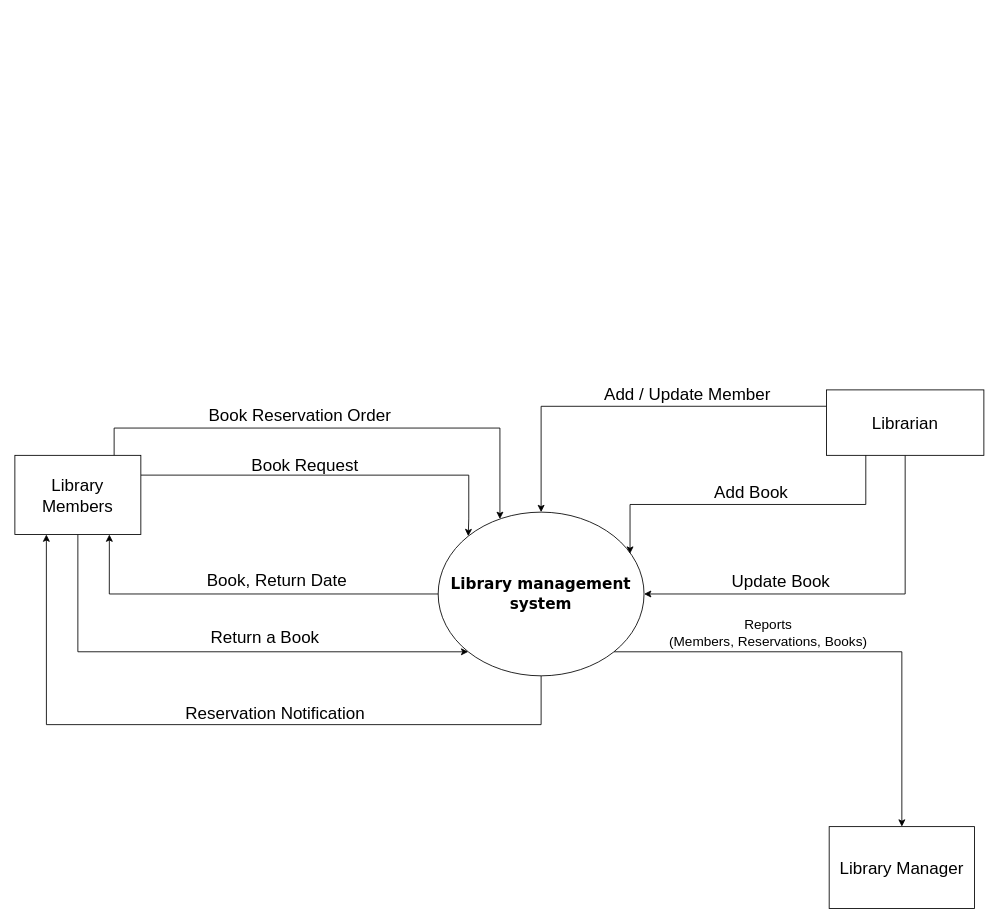
The draw.io diagram Library Management System (Context Diagram).drawio in Abdulrahman-Sayed-1/Library-Management-System, before the edit. Source tidied: cells renumbered, new cells numbered last; positions are measured from the earlier drawing's top-left corner, leaving out a move shared by most shapes. Both pictures are drawn from the tidied source at 85%, with x=0, y=0 at pixel (14, 378).
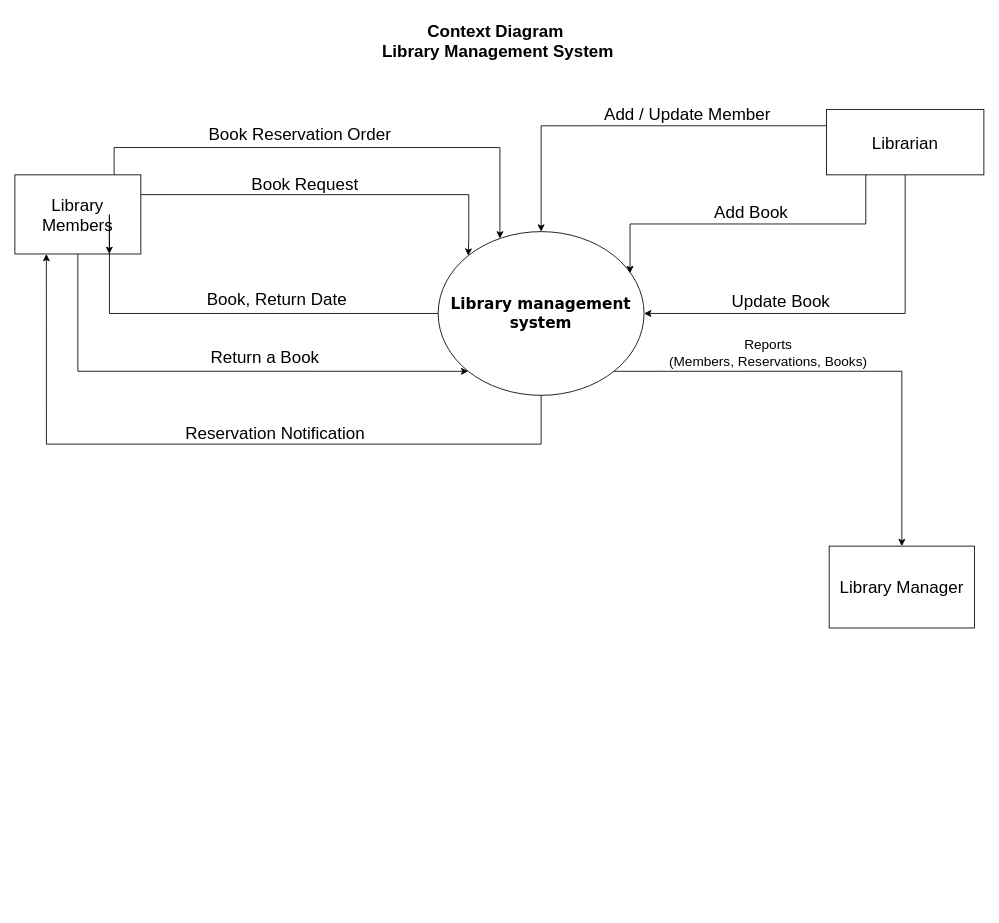
The same diagram, later.

Change to the diagram source:
```diff
@@
-    <mxCell id="2" style="edgeStyle=orthogonalEdgeStyle;rounded=0;jettySize=auto;html=1;exitX=1;exitY=1;exitDx=0;exitDy=0;entryX=0.5;entryY=0;entryDx=0;entryDy=0;" parent="1" edge="1" source="4" target="19">
-      <mxGeometry relative="1" as="geometry" />
-    </mxCell>
-    <mxCell id="3" style="edgeStyle=orthogonalEdgeStyle;rounded=0;jettySize=auto;html=1;exitX=0.5;exitY=1;exitDx=0;exitDy=0;entryX=0.25;entryY=1;entryDx=0;entryDy=0;" parent="1" edge="1" source="4" target="7">
-      <mxGeometry relative="1" as="geometry">
-        <Array as="points">
-          <mxPoint x="619" y="407" />
-          <mxPoint x="37" y="407" />
-        </Array>
-      </mxGeometry>
-    </mxCell>
+    <mxCell id="24" value="Context Diagram&amp;nbsp;&lt;br style=&quot;font-size: 20px;&quot;&gt;Library Management System" style="text;html=1;align=center;verticalAlign=middle;strokeColor=none;fillColor=none;fontStyle=1;fontSize=20;" parent="1" vertex="1">
+      <mxGeometry x="423" y="-428" width="290" height="60" as="geometry" />
+    </mxCell>
+    <mxCell id="25" style="group;" parent="1" vertex="1">
+      <mxGeometry y="-330" width="1140" height="623.3" as="geometry" />
+    </mxCell>
-    <mxCell id="4" value="&lt;font style=&quot;font-size: 18px;&quot; face=&quot;Verdana&quot;&gt;&lt;b style=&quot;font-size: 18px;&quot;&gt;Library management system&lt;/b&gt;&lt;/font&gt;" style="ellipse;whiteSpace=wrap;html=1;fontSize=18;" parent="1" vertex="1">
+    <mxCell id="4" value="&lt;font style=&quot;font-size: 18px;&quot; face=&quot;Verdana&quot;&gt;&lt;b style=&quot;font-size: 18px;&quot;&gt;Library management system&lt;/b&gt;&lt;/font&gt;" style="ellipse;whiteSpace=wrap;html=1;fontSize=18;" parent="25" vertex="1">
       <mxGeometry x="498" y="157" width="242.2" height="192.6" as="geometry" />
     </mxCell>
-    <mxCell id="5" style="edgeStyle=orthogonalEdgeStyle;rounded=0;jettySize=auto;html=1;exitX=0.5;exitY=1;exitDx=0;exitDy=0;entryX=0;entryY=1;entryDx=0;entryDy=0;" parent="1" edge="1" source="7" target="4">
+    <mxCell id="5" style="edgeStyle=orthogonalEdgeStyle;rounded=0;jettySize=auto;html=1;exitX=0.5;exitY=1;exitDx=0;exitDy=0;entryX=0;entryY=1;entryDx=0;entryDy=0;" parent="25" edge="1" source="7" target="4">
       <mxGeometry relative="1" as="geometry" />
     </mxCell>
-    <mxCell id="6" style="edgeStyle=orthogonalEdgeStyle;rounded=0;jettySize=auto;html=1;exitX=1;exitY=0.25;exitDx=0;exitDy=0;entryX=0;entryY=0;entryDx=0;entryDy=0;" parent="1" edge="1" source="7" target="4">
+    <mxCell id="6" style="edgeStyle=orthogonalEdgeStyle;rounded=0;jettySize=auto;html=1;exitX=1;exitY=0.25;exitDx=0;exitDy=0;entryX=0;entryY=0;entryDx=0;entryDy=0;" parent="25" edge="1" source="7" target="4">
       <mxGeometry relative="1" as="geometry">
         <Array as="points">
           <mxPoint x="534" y="113" />
           <mxPoint x="534" y="165" />
         </Array>
       </mxGeometry>
     </mxCell>
-    <mxCell id="7" value="&lt;font style=&quot;font-size: 20px;&quot;&gt;Library Members&lt;br style=&quot;font-size: 20px;&quot;&gt;&lt;/font&gt;" style="rounded=0;whiteSpace=wrap;html=1;fontSize=20;" parent="1" vertex="1">
+    <mxCell id="7" value="&lt;font style=&quot;font-size: 20px;&quot;&gt;Library Members&lt;br style=&quot;font-size: 20px;&quot;&gt;&lt;/font&gt;" style="rounded=0;whiteSpace=wrap;html=1;fontSize=20;" parent="25" vertex="1">
       <mxGeometry y="90.2" width="148.2" height="93.1" as="geometry" />
     </mxCell>
-    <mxCell id="8" style="edgeStyle=orthogonalEdgeStyle;rounded=0;jettySize=auto;html=1;exitX=0;exitY=0.25;exitDx=0;exitDy=0;entryX=0.5;entryY=0;entryDx=0;entryDy=0;" parent="1" edge="1" source="10" target="4">
+    <mxCell id="8" style="edgeStyle=orthogonalEdgeStyle;rounded=0;jettySize=auto;html=1;exitX=0;exitY=0.25;exitDx=0;exitDy=0;entryX=0.5;entryY=0;entryDx=0;entryDy=0;" parent="25" edge="1" source="10" target="4">
       <mxGeometry relative="1" as="geometry" />
     </mxCell>
-    <mxCell id="9" style="edgeStyle=orthogonalEdgeStyle;rounded=0;jettySize=auto;html=1;exitX=0.5;exitY=1;exitDx=0;exitDy=0;entryX=1;entryY=0.5;entryDx=0;entryDy=0;" parent="1" edge="1" source="10" target="4">
+    <mxCell id="9" style="edgeStyle=orthogonalEdgeStyle;rounded=0;jettySize=auto;html=1;exitX=0.5;exitY=1;exitDx=0;exitDy=0;entryX=1;entryY=0.5;entryDx=0;entryDy=0;" parent="25" edge="1" source="10" target="4">
       <mxGeometry relative="1" as="geometry" />
     </mxCell>
-    <mxCell id="10" value="&lt;font style=&quot;font-size: 20px;&quot;&gt;Librarian&lt;br style=&quot;font-size: 20px;&quot;&gt;&lt;/font&gt;" style="rounded=0;whiteSpace=wrap;html=1;fontSize=20;" parent="1" vertex="1">
+    <mxCell id="10" value="&lt;font style=&quot;font-size: 20px;&quot;&gt;Librarian&lt;br style=&quot;font-size: 20px;&quot;&gt;&lt;/font&gt;" style="rounded=0;whiteSpace=wrap;html=1;fontSize=20;" parent="25" vertex="1">
       <mxGeometry x="954.8" y="13.2" width="185.2" height="77" as="geometry" />
     </mxCell>
-    <mxCell id="11" value="&lt;font style=&quot;font-size: 20px;&quot;&gt;&lt;font style=&quot;font-size: 20px;&quot;&gt;Book Request&lt;/font&gt;&lt;br style=&quot;font-size: 20px;&quot;&gt;&lt;/font&gt;" style="text;html=1;align=center;verticalAlign=middle;strokeColor=none;fillColor=none;rotation=0;fontSize=20;" parent="1" vertex="1">
+    <mxCell id="11" value="&lt;font style=&quot;font-size: 20px;&quot;&gt;&lt;font style=&quot;font-size: 20px;&quot;&gt;Book Request&lt;/font&gt;&lt;br style=&quot;font-size: 20px;&quot;&gt;&lt;/font&gt;" style="text;html=1;align=center;verticalAlign=middle;strokeColor=none;fillColor=none;rotation=0;fontSize=20;" parent="25" vertex="1">
       <mxGeometry x="269" y="83" width="144" height="36" as="geometry" />
     </mxCell>
-    <mxCell id="12" value="Book, Return Date" style="text;html=1;align=center;verticalAlign=middle;strokeColor=none;fillColor=none;fontSize=20;" parent="1" vertex="1">
+    <mxCell id="12" value="Book, Return Date" style="text;html=1;align=center;verticalAlign=middle;strokeColor=none;fillColor=none;fontSize=20;" parent="25" vertex="1">
       <mxGeometry x="213" y="216" width="190" height="40" as="geometry" />
     </mxCell>
-    <mxCell id="13" value="Add / Update Member" style="text;html=1;align=center;verticalAlign=middle;strokeColor=none;fillColor=none;fontSize=20;" parent="1" vertex="1">
+    <mxCell id="13" value="Add / Update Member" style="text;html=1;align=center;verticalAlign=middle;strokeColor=none;fillColor=none;fontSize=20;" parent="25" vertex="1">
       <mxGeometry x="683.5" width="214" height="36" as="geometry" />
     </mxCell>
-    <mxCell id="14" value="&lt;font style=&quot;font-size: 16px;&quot;&gt;Reports&lt;br style=&quot;font-size: 16px;&quot;&gt;(Members, Reservations, Books)&lt;/font&gt;" style="text;html=1;align=center;verticalAlign=middle;strokeColor=none;fillColor=none;fontSize=16;" parent="1" vertex="1">
+    <mxCell id="14" value="&lt;font style=&quot;font-size: 16px;&quot;&gt;Reports&lt;br style=&quot;font-size: 16px;&quot;&gt;(Members, Reservations, Books)&lt;/font&gt;" style="text;html=1;align=center;verticalAlign=middle;strokeColor=none;fillColor=none;fontSize=16;" parent="25" vertex="1">
       <mxGeometry x="760.2" y="274" width="251" height="50" as="geometry" />
     </mxCell>
-    <mxCell id="15" value="Return a Book" style="text;html=1;align=center;verticalAlign=middle;strokeColor=none;fillColor=none;fontSize=20;" parent="1" vertex="1">
+    <mxCell id="15" value="Return a Book" style="text;html=1;align=center;verticalAlign=middle;strokeColor=none;fillColor=none;fontSize=20;" parent="25" vertex="1">
       <mxGeometry x="219" y="284" width="150" height="40" as="geometry" />
     </mxCell>
+    <mxCell id="3" style="edgeStyle=orthogonalEdgeStyle;rounded=0;jettySize=auto;html=1;exitX=0.5;exitY=1;exitDx=0;exitDy=0;entryX=0.25;entryY=1;entryDx=0;entryDy=0;" parent="25" edge="1" source="4" target="7">
+      <mxGeometry relative="1" as="geometry">
+        <Array as="points">
+          <mxPoint x="619" y="407" />
+          <mxPoint x="37" y="407" />
+        </Array>
+      </mxGeometry>
+    </mxCell>
-    <mxCell id="16" style="edgeStyle=orthogonalEdgeStyle;rounded=0;jettySize=auto;html=1;exitX=0;exitY=0.5;exitDx=0;exitDy=0;entryX=0.75;entryY=1;entryDx=0;entryDy=0;" parent="1" edge="1" source="4" target="7">
+    <mxCell id="16" style="edgeStyle=orthogonalEdgeStyle;rounded=0;jettySize=auto;html=1;exitX=0;exitY=0.5;exitDx=0;exitDy=0;entryX=0.75;entryY=1;entryDx=0;entryDy=0;" parent="25" edge="1" source="4" target="7">
       <mxGeometry relative="1" as="geometry" />
     </mxCell>
-    <mxCell id="17" value="Book Reservation Order" style="text;html=1;align=center;verticalAlign=middle;strokeColor=none;fillColor=none;fontSize=20;" parent="1" vertex="1">
+    <mxCell id="17" value="Book Reservation Order" style="text;html=1;align=center;verticalAlign=middle;strokeColor=none;fillColor=none;fontSize=20;" parent="25" vertex="1">
       <mxGeometry x="215.1" y="21.6" width="240" height="40" as="geometry" />
     </mxCell>
-    <mxCell id="18" style="edgeStyle=elbowEdgeStyle;rounded=0;jettySize=auto;elbow=vertical;html=1;exitX=0.788;exitY=-0.002;exitDx=0;exitDy=0;entryX=0.3;entryY=0.042;entryDx=0;entryDy=0;entryPerimeter=0;exitPerimeter=0;" parent="1" edge="1" source="7" target="4">
+    <mxCell id="18" style="edgeStyle=elbowEdgeStyle;rounded=0;jettySize=auto;elbow=vertical;html=1;exitX=0.788;exitY=-0.002;exitDx=0;exitDy=0;entryX=0.3;entryY=0.042;entryDx=0;entryDy=0;entryPerimeter=0;exitPerimeter=0;" parent="25" edge="1" source="7" target="4">
       <mxGeometry relative="1" as="geometry">
         <Array as="points">
           <mxPoint x="384.8" y="58.1" />
           <mxPoint x="470.2" y="58.1" />
           <mxPoint x="470.2" y="58.1" />
         </Array>
       </mxGeometry>
     </mxCell>
-    <mxCell id="19" value="&lt;font style=&quot;font-size: 20px;&quot;&gt;Library Manager&lt;/font&gt;" style="rounded=0;whiteSpace=wrap;html=1;fontSize=13;" parent="1" vertex="1">
+    <mxCell id="19" value="&lt;font style=&quot;font-size: 20px;&quot;&gt;Library Manager&lt;/font&gt;" style="rounded=0;whiteSpace=wrap;html=1;fontSize=13;" parent="25" vertex="1">
       <mxGeometry x="958" y="527" width="171" height="96.3" as="geometry" />
     </mxCell>
+    <mxCell id="2" style="edgeStyle=orthogonalEdgeStyle;rounded=0;jettySize=auto;html=1;exitX=1;exitY=1;exitDx=0;exitDy=0;entryX=0.5;entryY=0;entryDx=0;entryDy=0;" parent="25" edge="1" source="4" target="19">
+      <mxGeometry relative="1" as="geometry" />
+    </mxCell>
-    <mxCell id="20" style="edgeStyle=elbowEdgeStyle;rounded=0;jettySize=auto;elbow=vertical;html=1;exitX=0.25;exitY=1;exitDx=0;exitDy=0;entryX=0.932;entryY=0.254;entryDx=0;entryDy=0;entryPerimeter=0;" parent="1" edge="1" source="10" target="4">
+    <mxCell id="20" style="edgeStyle=elbowEdgeStyle;rounded=0;jettySize=auto;elbow=vertical;html=1;exitX=0.25;exitY=1;exitDx=0;exitDy=0;entryX=0.932;entryY=0.254;entryDx=0;entryDy=0;entryPerimeter=0;" parent="25" edge="1" source="10" target="4">
       <mxGeometry relative="1" as="geometry" />
     </mxCell>
-    <mxCell id="21" value="Reservation Notification" style="text;html=1;align=center;verticalAlign=middle;strokeColor=none;fillColor=none;fontSize=20;" parent="1" vertex="1">
+    <mxCell id="21" value="Reservation Notification" style="text;html=1;align=center;verticalAlign=middle;strokeColor=none;fillColor=none;fontSize=20;" parent="25" vertex="1">
       <mxGeometry x="191" y="375" width="229" height="36" as="geometry" />
     </mxCell>
-    <mxCell id="22" value="Update Book" style="text;html=1;align=center;verticalAlign=middle;strokeColor=none;fillColor=none;fontSize=20;" parent="1" vertex="1">
+    <mxCell id="22" value="Update Book" style="text;html=1;align=center;verticalAlign=middle;strokeColor=none;fillColor=none;fontSize=20;" parent="25" vertex="1">
       <mxGeometry x="834" y="220" width="134" height="36" as="geometry" />
     </mxCell>
-    <mxCell id="23" value="Add Book" style="text;html=1;align=center;verticalAlign=middle;strokeColor=none;fillColor=none;fontSize=20;" parent="1" vertex="1">
+    <mxCell id="23" value="Add Book" style="text;html=1;align=center;verticalAlign=middle;strokeColor=none;fillColor=none;fontSize=20;" parent="25" vertex="1">
       <mxGeometry x="813" y="115" width="105" height="36" as="geometry" />
     </mxCell>
```
